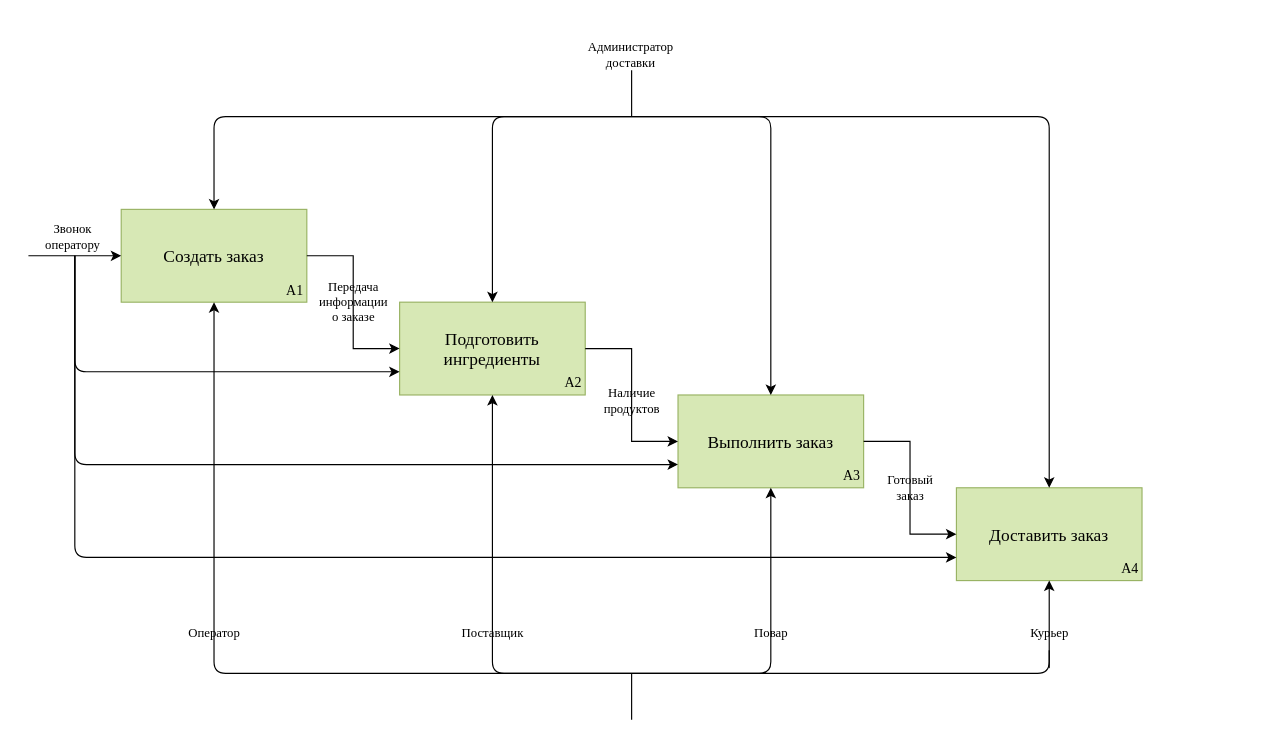
Karidess/Idef_diagramma keeps this draw.io diagram as Диаграмма доставки суши.drawio. Above is the earlier version. Source tidied: cells renumbered, new cells numbered last; positions are measured from the earlier drawing's top-left corner, leaving out a move shared by most shapes. Both pictures are drawn from the tidied source at 116%, with x=0, y=0 at pixel (28, 31).
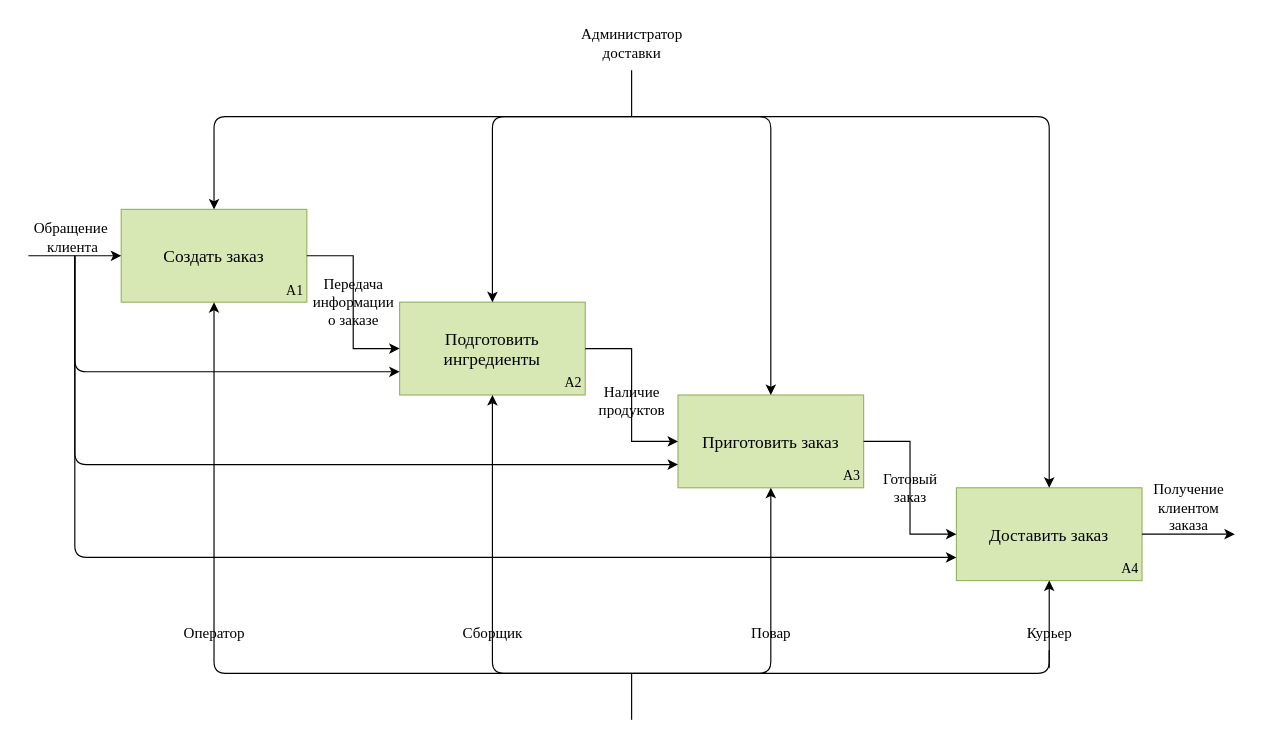
The same page after the edit.

The change refers to these unchanged cells:
```xml
<mxCell id="5" value="Доставить заказ" style="rounded=0;whiteSpace=wrap;html=1;fillColor=#D7E8B5;strokeColor=#99B364;shadow=0;fontFamily=Times New Roman;fontSize=15;strokeWidth=1;" parent="1" vertex="1">
  <mxGeometry x="800" y="393" width="160" height="80" as="geometry" />
</mxCell>
```

Change to the diagram source:
```diff
@@
-    <mxCell id="4" value="Выполнить заказ" style="rounded=0;whiteSpace=wrap;html=1;fillColor=#D7E8B5;strokeColor=#99B364;shadow=0;fontFamily=Times New Roman;fontSize=15;strokeWidth=1;" parent="1" vertex="1">
+    <mxCell id="4" value="Приготовить заказ" style="rounded=0;whiteSpace=wrap;html=1;fillColor=#D7E8B5;strokeColor=#99B364;shadow=0;fontFamily=Times New Roman;fontSize=15;strokeWidth=1;" parent="1" vertex="1">
       <mxGeometry x="560" y="313" width="160" height="80" as="geometry" />
     </mxCell>
@@
-    <mxCell id="17" style="endArrow=none;html=1;rounded=1;fontFamily=Times New Roman;fontSize=15;strokeWidth=1;shadow=0;" parent="1" edge="1">
+    <mxCell id="17" style="endArrow=none;html=1;rounded=1;fontFamily=Times New Roman;fontSize=13;strokeWidth=1;shadow=0;" parent="1" edge="1">
       <mxGeometry relative="1" as="geometry">
         <mxPoint x="520" y="553" as="sourcePoint" />
         <mxPoint x="520" y="593" as="targetPoint" />
       </mxGeometry>
     </mxCell>
@@
-    <mxCell id="23" value="Звонок &lt;br&gt;оператору" style="text;html=1;align=center;verticalAlign=middle;strokeColor=none;fillColor=none;fontSize=11;fontFamily=Times New Roman;strokeWidth=1;shadow=0;" parent="1" vertex="1">
-      <mxGeometry x="3" y="157" width="70" height="40" as="geometry" />
+    <mxCell id="23" value="Обращение&amp;nbsp;&lt;br style=&quot;font-size: 13px;&quot;&gt;клиента" style="text;html=1;align=center;verticalAlign=middle;strokeColor=none;fillColor=none;fontSize=13;fontFamily=Times New Roman;strokeWidth=1;shadow=0;" parent="1" vertex="1">
+      <mxGeometry x="-7" y="157" width="90" height="40" as="geometry" />
     </mxCell>
-    <mxCell id="24" value="Администратор &lt;br&gt;доставки" style="text;html=1;align=center;verticalAlign=middle;strokeColor=none;fillColor=none;fontSize=11;fontFamily=Times New Roman;strokeWidth=1;shadow=0;" parent="1" vertex="1">
-      <mxGeometry x="469" width="100" height="40" as="geometry" />
+    <mxCell id="24" value="Администратор &lt;br style=&quot;font-size: 13px;&quot;&gt;доставки" style="text;html=1;align=center;verticalAlign=middle;strokeColor=none;fillColor=none;fontSize=13;fontFamily=Times New Roman;strokeWidth=1;shadow=0;" parent="1" vertex="1">
+      <mxGeometry x="465" y="-10" width="110" height="40" as="geometry" />
     </mxCell>
-    <mxCell id="25" value="Передача &lt;br&gt;информации&lt;br&gt;о заказе" style="text;html=1;align=center;verticalAlign=middle;strokeColor=none;fillColor=none;fontSize=11;fontFamily=Times New Roman;strokeWidth=1;shadow=0;" parent="1" vertex="1">
-      <mxGeometry x="240" y="208" width="80" height="50" as="geometry" />
+    <mxCell id="25" value="Передача &lt;br style=&quot;font-size: 13px;&quot;&gt;информации&lt;br style=&quot;font-size: 13px;&quot;&gt;о заказе" style="text;html=1;align=center;verticalAlign=middle;strokeColor=none;fillColor=none;fontSize=13;fontFamily=Times New Roman;strokeWidth=1;shadow=0;" parent="1" vertex="1">
+      <mxGeometry x="235" y="203" width="90" height="60" as="geometry" />
     </mxCell>
-    <mxCell id="26" value="Наличие&lt;br&gt;продуктов" style="text;html=1;align=center;verticalAlign=middle;strokeColor=none;fillColor=none;fontSize=11;fontFamily=Times New Roman;strokeWidth=1;shadow=0;" parent="1" vertex="1">
-      <mxGeometry x="485" y="298" width="70" height="40" as="geometry" />
+    <mxCell id="26" value="Наличие&lt;br style=&quot;font-size: 13px;&quot;&gt;продуктов" style="text;html=1;align=center;verticalAlign=middle;strokeColor=none;fillColor=none;fontSize=13;fontFamily=Times New Roman;strokeWidth=1;shadow=0;" parent="1" vertex="1">
+      <mxGeometry x="480" y="298" width="80" height="40" as="geometry" />
     </mxCell>
-    <mxCell id="27" value="Готовый&lt;br&gt;заказ" style="text;html=1;align=center;verticalAlign=middle;strokeColor=none;fillColor=none;fontSize=11;fontFamily=Times New Roman;strokeWidth=1;shadow=0;" parent="1" vertex="1">
-      <mxGeometry x="730" y="373" width="60" height="40" as="geometry" />
+    <mxCell id="27" value="Готовый&lt;br style=&quot;font-size: 13px;&quot;&gt;заказ" style="text;html=1;align=center;verticalAlign=middle;strokeColor=none;fillColor=none;fontSize=13;fontFamily=Times New Roman;strokeWidth=1;shadow=0;" parent="1" vertex="1">
+      <mxGeometry x="725" y="373" width="70" height="40" as="geometry" />
     </mxCell>
-    <mxCell id="28" value="Курьер" style="text;html=1;align=center;verticalAlign=middle;points=[];strokeColor=none;fillColor=none;fontSize=11;fontFamily=Times New Roman;strokeWidth=1;shadow=0;" parent="1" vertex="1">
+    <mxCell id="28" value="Курьер" style="text;html=1;align=center;verticalAlign=middle;points=[];strokeColor=none;fillColor=none;fontSize=13;fontFamily=Times New Roman;strokeWidth=1;shadow=0;" parent="1" vertex="1">
       <mxGeometry x="850" y="503" width="60" height="30" as="geometry" />
     </mxCell>
@@
-    <mxCell id="30" value="Повар" style="text;html=1;align=center;verticalAlign=middle;strokeColor=none;fillColor=none;fontSize=11;fontFamily=Times New Roman;strokeWidth=1;shadow=0;" parent="1" vertex="1">
-      <mxGeometry x="615" y="503" width="50" height="30" as="geometry" />
+    <mxCell id="30" value="Повар" style="text;html=1;align=center;verticalAlign=middle;strokeColor=none;fillColor=none;fontSize=13;fontFamily=Times New Roman;strokeWidth=1;shadow=0;" parent="1" vertex="1">
+      <mxGeometry x="610" y="503" width="60" height="30" as="geometry" />
     </mxCell>
-    <mxCell id="31" value="Поставщик" style="text;html=1;align=center;verticalAlign=middle;strokeColor=none;fillColor=none;fontSize=11;fontFamily=Times New Roman;strokeWidth=1;shadow=0;" parent="1" vertex="1">
+    <mxCell id="31" value="Сборщик" style="text;html=1;align=center;verticalAlign=middle;strokeColor=none;fillColor=none;fontSize=13;fontFamily=Times New Roman;strokeWidth=1;shadow=0;" parent="1" vertex="1">
       <mxGeometry x="360" y="503" width="80" height="30" as="geometry" />
     </mxCell>
-    <mxCell id="32" value="Оператор" style="text;html=1;align=center;verticalAlign=middle;strokeColor=none;fillColor=none;fontSize=11;fontFamily=Times New Roman;strokeWidth=1;shadow=0;" parent="1" vertex="1">
-      <mxGeometry x="125" y="503" width="70" height="30" as="geometry" />
+    <mxCell id="32" value="Оператор" style="text;html=1;align=center;verticalAlign=middle;strokeColor=none;fillColor=none;fontSize=13;fontFamily=Times New Roman;strokeWidth=1;shadow=0;" parent="1" vertex="1">
+      <mxGeometry x="120" y="503" width="80" height="30" as="geometry" />
     </mxCell>
+    <mxCell id="33" style="endArrow=classic;html=1;rounded=0;exitX=1;exitY=0.5;exitDx=0;exitDy=0;" parent="1" edge="1" source="5">
+      <mxGeometry relative="1" as="geometry">
+        <mxPoint x="1040" y="433" as="targetPoint" />
+      </mxGeometry>
+    </mxCell>
+    <mxCell id="34" value="Получение&lt;br style=&quot;font-size: 13px;&quot;&gt;клиентом&lt;br style=&quot;font-size: 13px;&quot;&gt;заказа" style="text;html=1;align=center;verticalAlign=middle;strokeColor=none;fillColor=none;fontFamily=Times New Roman;fontSize=13;" parent="1" vertex="1">
+      <mxGeometry x="960" y="380" width="80" height="60" as="geometry" />
+    </mxCell>
```
